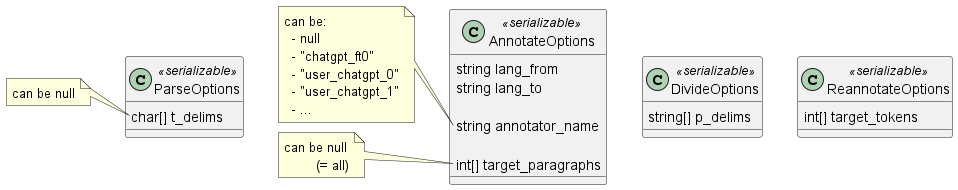
Above: docs/design/images/class_req_options.png in parkchamchi/GlossySnake (PlantUML), before the change.
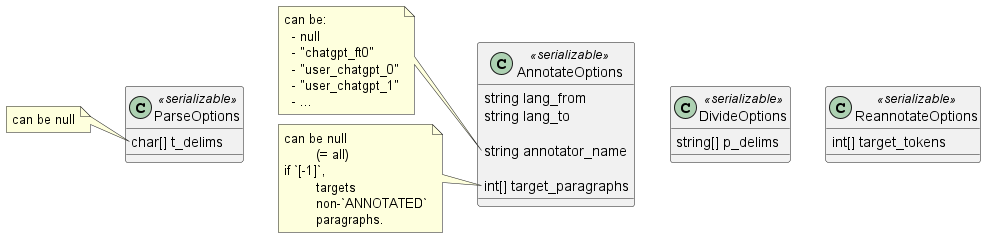
Later version of the same file.

Diff of the diagram source:
```diff
@@ -30,6 +30,10 @@
 note left of AnnotateOptions::target_paragraphs
 	can be null
 		(= all)
+	if `[-1]`,
+		targets
+		non-`ANNOTATED`
+		paragraphs.
 end note
 
 
```
